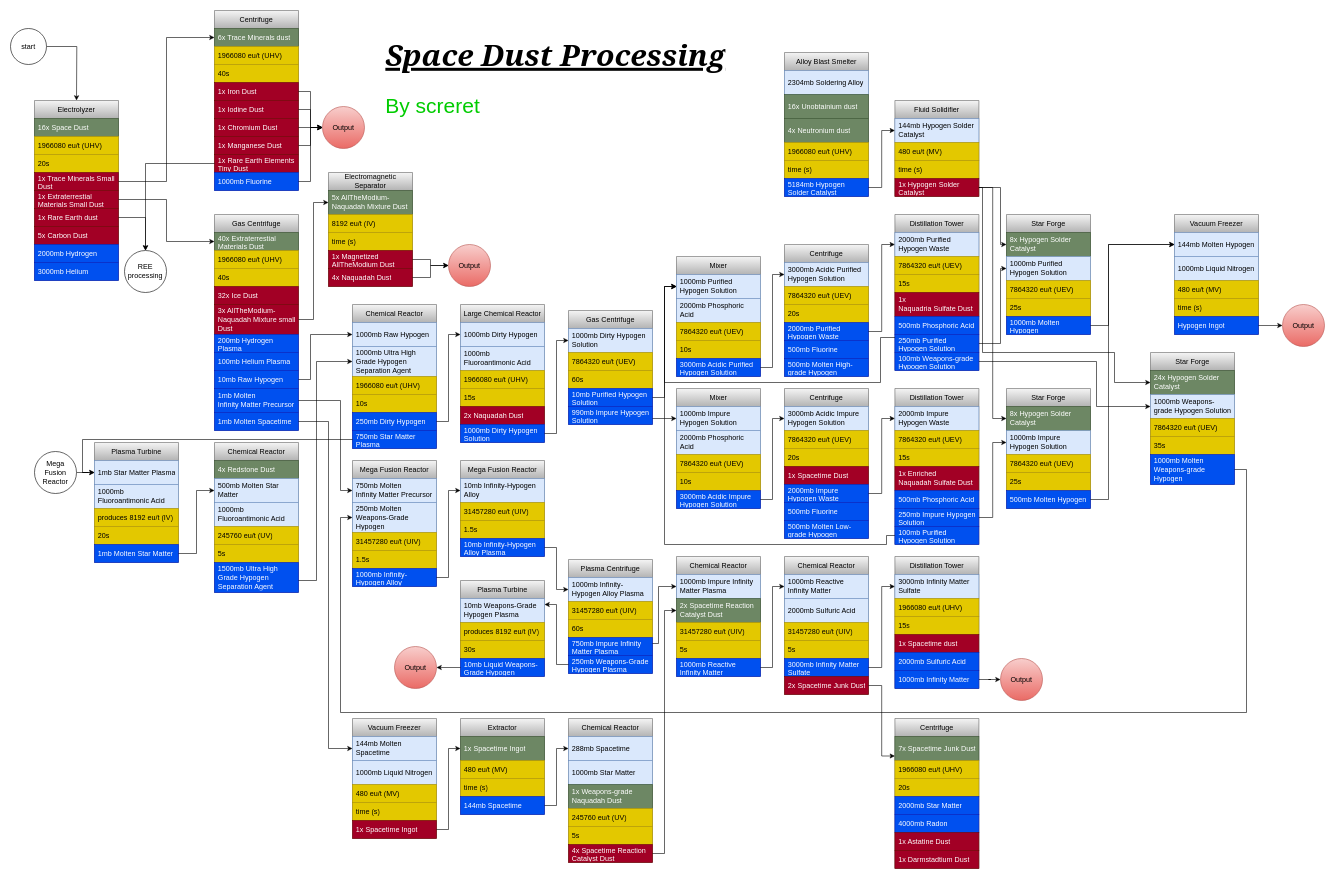
Before: space_dust.drawio in AllTheMods/Gravitas2, a draw.io diagram. Source tidied: cells renumbered, new cells numbered last; positions are measured from the earlier drawing's top-left corner, leaving out a move shared by most shapes. Both pictures are drawn from the tidied source at 60%, with x=0, y=0 at pixel (10, 10).
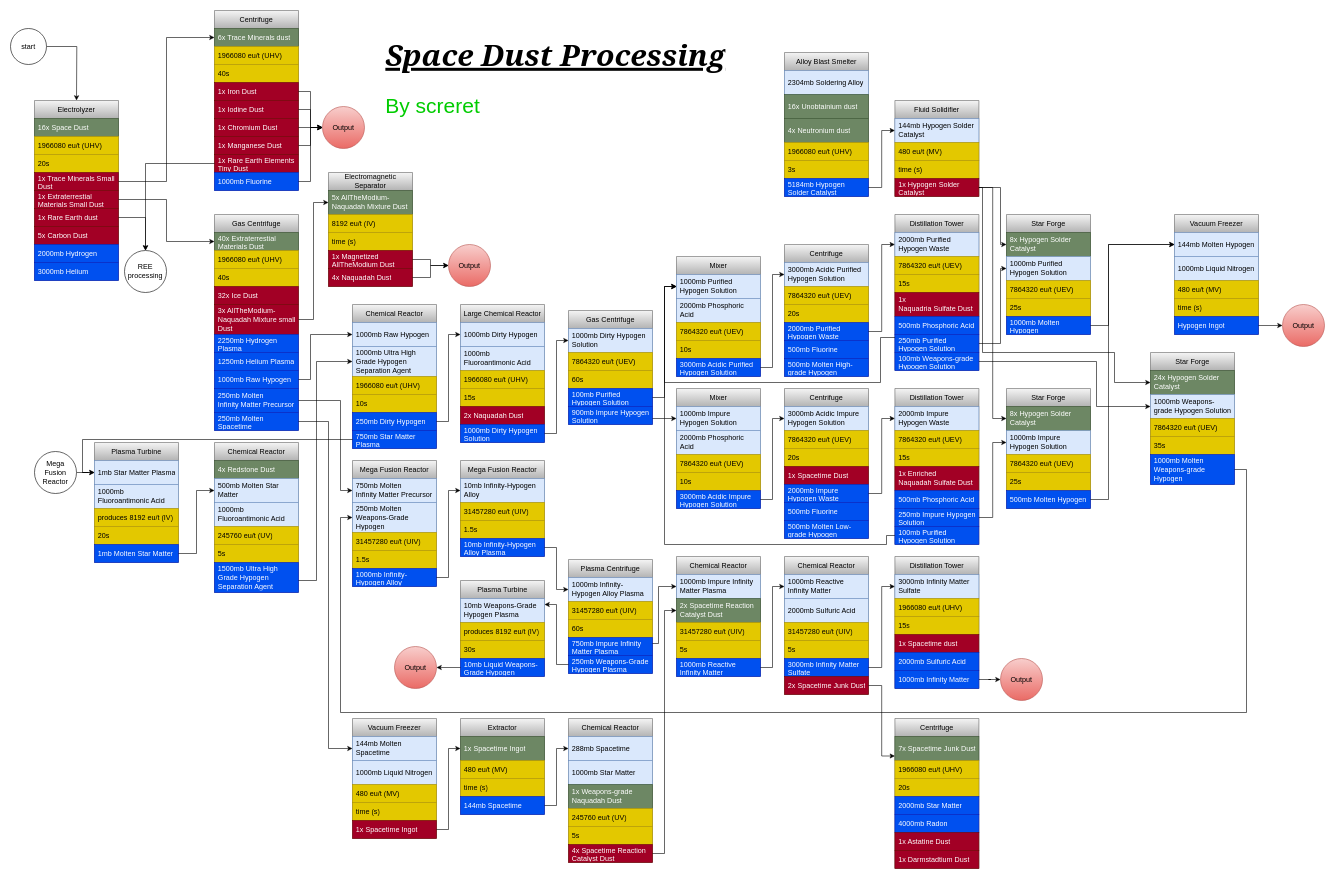
The same diagram, later.

The change refers to these unchanged cells:
```xml
<mxCell id="27" value="Gas Centrifuge" style="swimlane;fontStyle=0;horizontal=1;startSize=30;whiteSpace=wrap;html=1;fillColor=#f5f5f5;gradientColor=#b3b3b3;strokeColor=#666666;" parent="1" vertex="1">
  <mxGeometry x="340" y="340" width="140" height="360" as="geometry" />
</mxCell>
<mxCell id="46" value="Gas Centrifuge" style="swimlane;fontStyle=0;horizontal=1;startSize=30;whiteSpace=wrap;html=1;fillColor=#f5f5f5;gradientColor=#b3b3b3;strokeColor=#666666;" parent="1" vertex="1">
  <mxGeometry x="930" y="500" width="140" height="190" as="geometry" />
</mxCell>
<mxCell id="151" value="Alloy Blast Smelter" style="swimlane;fontStyle=0;horizontal=1;startSize=30;whiteSpace=wrap;html=1;fillColor=#f5f5f5;gradientColor=#b3b3b3;strokeColor=#666666;" parent="1" vertex="1">
  <mxGeometry x="1290" y="70" width="140" height="240" as="geometry" />
</mxCell>
```

The edit, as a diff of the source:
```diff
@@
-    <mxCell id="33" value="200mb Hydrogen Plasma" style="text;strokeColor=#001DBC;fillColor=#0050ef;align=left;verticalAlign=middle;spacingLeft=4;spacingRight=4;overflow=hidden;whiteSpace=wrap;html=1;fontColor=#ffffff;" parent="27" vertex="1">
+    <mxCell id="33" value="2250mb Hydrogen Plasma" style="text;strokeColor=#001DBC;fillColor=#0050ef;align=left;verticalAlign=middle;spacingLeft=4;spacingRight=4;overflow=hidden;whiteSpace=wrap;html=1;fontColor=#ffffff;" parent="27" vertex="1">
       <mxGeometry y="200" width="140" height="30" as="geometry" />
     </mxCell>
-    <mxCell id="34" value="100mb Helium Plasma" style="text;strokeColor=#001DBC;fillColor=#0050ef;align=left;verticalAlign=middle;spacingLeft=4;spacingRight=4;overflow=hidden;whiteSpace=wrap;html=1;fontColor=#ffffff;" parent="27" vertex="1">
+    <mxCell id="34" value="1250mb Helium Plasma" style="text;strokeColor=#001DBC;fillColor=#0050ef;align=left;verticalAlign=middle;spacingLeft=4;spacingRight=4;overflow=hidden;whiteSpace=wrap;html=1;fontColor=#ffffff;" parent="27" vertex="1">
       <mxGeometry y="230" width="140" height="30" as="geometry" />
     </mxCell>
-    <mxCell id="35" value="10mb Raw Hypogen" style="text;strokeColor=#001DBC;fillColor=#0050ef;align=left;verticalAlign=middle;spacingLeft=4;spacingRight=4;overflow=hidden;points=[[0,0.5],[1,0.5]];portConstraint=eastwest;whiteSpace=wrap;html=1;fontColor=#ffffff;" parent="27" vertex="1">
+    <mxCell id="35" value="1000mb Raw Hypogen" style="text;strokeColor=#001DBC;fillColor=#0050ef;align=left;verticalAlign=middle;spacingLeft=4;spacingRight=4;overflow=hidden;points=[[0,0.5],[1,0.5]];portConstraint=eastwest;whiteSpace=wrap;html=1;fontColor=#ffffff;" parent="27" vertex="1">
       <mxGeometry y="260" width="140" height="30" as="geometry" />
     </mxCell>
-    <mxCell id="36" value="1mb Molten Infinity&amp;nbsp;Matter Precursor" style="text;strokeColor=#001DBC;fillColor=#0050ef;align=left;verticalAlign=middle;spacingLeft=4;spacingRight=4;overflow=hidden;points=[[0,0.5],[1,0.5]];portConstraint=eastwest;whiteSpace=wrap;html=1;fontColor=#ffffff;" parent="27" vertex="1">
+    <mxCell id="36" value="250mb Molten Infinity&amp;nbsp;Matter Precursor" style="text;strokeColor=#001DBC;fillColor=#0050ef;align=left;verticalAlign=middle;spacingLeft=4;spacingRight=4;overflow=hidden;points=[[0,0.5],[1,0.5]];portConstraint=eastwest;whiteSpace=wrap;html=1;fontColor=#ffffff;" parent="27" vertex="1">
       <mxGeometry y="290" width="140" height="40" as="geometry" />
     </mxCell>
-    <mxCell id="37" value="1mb Molten Spacetime" style="text;strokeColor=#001DBC;fillColor=#0050ef;align=left;verticalAlign=middle;spacingLeft=4;spacingRight=4;overflow=hidden;points=[[0,0.5],[1,0.5]];portConstraint=eastwest;whiteSpace=wrap;html=1;fontColor=#ffffff;" parent="27" vertex="1">
+    <mxCell id="37" value="250mb Molten Spacetime" style="text;strokeColor=#001DBC;fillColor=#0050ef;align=left;verticalAlign=middle;spacingLeft=4;spacingRight=4;overflow=hidden;points=[[0,0.5],[1,0.5]];portConstraint=eastwest;whiteSpace=wrap;html=1;fontColor=#ffffff;" parent="27" vertex="1">
       <mxGeometry y="330" width="140" height="30" as="geometry" />
     </mxCell>
@@
-    <mxCell id="50" value="10mb Purified Hypogen Solution" style="text;strokeColor=#001DBC;fillColor=#0050ef;align=left;verticalAlign=middle;spacingLeft=4;spacingRight=4;overflow=hidden;points=[[0,0.5],[1,0.5]];portConstraint=eastwest;whiteSpace=wrap;html=1;fontColor=#ffffff;" parent="46" vertex="1">
+    <mxCell id="50" value="100mb Purified Hypogen Solution" style="text;strokeColor=#001DBC;fillColor=#0050ef;align=left;verticalAlign=middle;spacingLeft=4;spacingRight=4;overflow=hidden;points=[[0,0.5],[1,0.5]];portConstraint=eastwest;whiteSpace=wrap;html=1;fontColor=#ffffff;" parent="46" vertex="1">
       <mxGeometry y="130" width="140" height="30" as="geometry" />
     </mxCell>
-    <mxCell id="51" value="990mb Impure Hypogen Solution" style="text;strokeColor=#001DBC;fillColor=#0050ef;align=left;verticalAlign=middle;spacingLeft=4;spacingRight=4;overflow=hidden;points=[[0,0.5],[1,0.5]];portConstraint=eastwest;whiteSpace=wrap;html=1;fontColor=#ffffff;" parent="46" vertex="1">
+    <mxCell id="51" value="900mb Impure Hypogen Solution" style="text;strokeColor=#001DBC;fillColor=#0050ef;align=left;verticalAlign=middle;spacingLeft=4;spacingRight=4;overflow=hidden;points=[[0,0.5],[1,0.5]];portConstraint=eastwest;whiteSpace=wrap;html=1;fontColor=#ffffff;" parent="46" vertex="1">
       <mxGeometry y="160" width="140" height="30" as="geometry" />
     </mxCell>
@@
-    <mxCell id="156" value="time (s)" style="text;strokeColor=#B09500;fillColor=#e3c800;align=left;verticalAlign=middle;spacingLeft=4;spacingRight=4;overflow=hidden;whiteSpace=wrap;html=1;fontColor=#000000;" parent="151" vertex="1">
+    <mxCell id="156" value="3s" style="text;strokeColor=#B09500;fillColor=#e3c800;align=left;verticalAlign=middle;spacingLeft=4;spacingRight=4;overflow=hidden;whiteSpace=wrap;html=1;fontColor=#000000;" parent="151" vertex="1">
       <mxGeometry y="180" width="140" height="30" as="geometry" />
     </mxCell>
```
